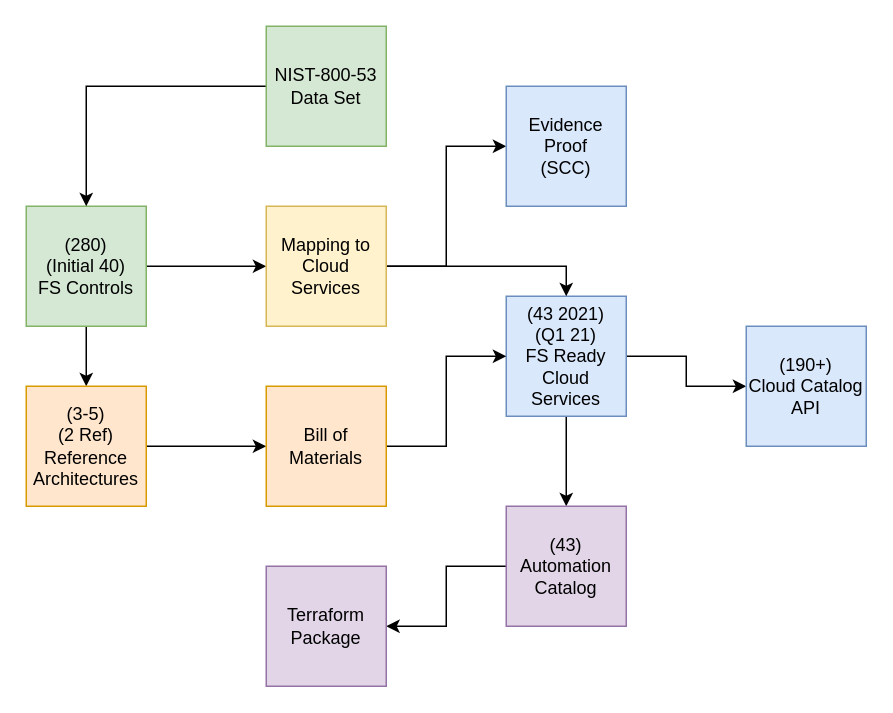
Before: data/data-model.drawio in jay4smile/ascent-bff, a draw.io diagram. Source tidied: cells renumbered, new cells numbered last; positions are measured from the earlier drawing's top-left corner, leaving out a move shared by most shapes. Both pictures are drawn from the tidied source at 150%, with x=0, y=0 at pixel (26, 26).
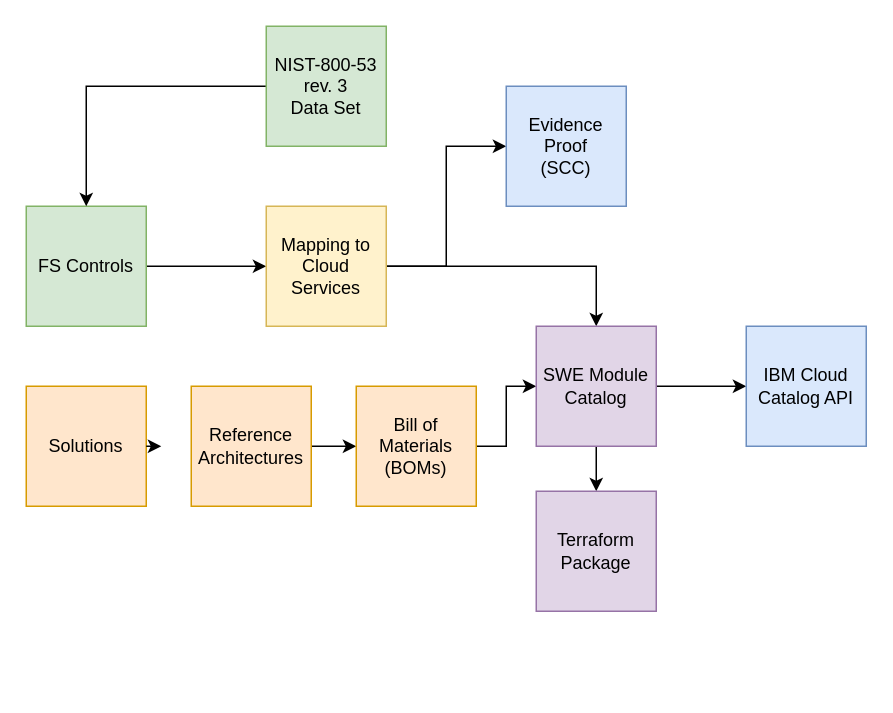
After the change.

Commit message (it also covers changes not shown here):
Bumped to iascable v2.9.4 & Model update

Unchanged cells that the change refers to:
```xml
<mxCell id="10" value="Mapping to Cloud Services" style="whiteSpace=wrap;html=1;fillColor=#fff2cc;strokeColor=#d6b656;" parent="1" vertex="1">
  <mxGeometry x="160" y="120" width="80" height="80" as="geometry" />
</mxCell>
```

What changed in the source:
```diff
@@
-    <mxCell id="2" style="edgeStyle=orthogonalEdgeStyle;rounded=0;jettySize=auto;html=1;entryX=0;entryY=0.5;entryDx=0;entryDy=0;" parent="1" edge="1" source="4" target="15">
+    <mxCell id="2" style="edgeStyle=orthogonalEdgeStyle;rounded=0;jettySize=auto;html=1;entryX=0;entryY=0.5;entryDx=0;entryDy=0;exitX=1;exitY=0.5;exitDx=0;exitDy=0;" parent="1" edge="1" source="17" target="15">
       <mxGeometry relative="1" as="geometry" />
     </mxCell>
-    <mxCell id="3" style="edgeStyle=orthogonalEdgeStyle;rounded=0;jettySize=auto;html=1;entryX=0.5;entryY=0;entryDx=0;entryDy=0;" parent="1" edge="1" source="4" target="17">
-      <mxGeometry relative="1" as="geometry" />
-    </mxCell>
-    <mxCell id="4" value="(43 2021)&lt;br&gt;(Q1 21)&lt;br&gt;FS Ready&lt;br&gt;Cloud Services" style="whiteSpace=wrap;html=1;fillColor=#dae8fc;strokeColor=#6c8ebf;" parent="1" vertex="1">
-      <mxGeometry x="320" y="180" width="80" height="80" as="geometry" />
-    </mxCell>
@@
-    <mxCell id="6" style="edgeStyle=orthogonalEdgeStyle;rounded=0;jettySize=auto;html=1;" parent="1" edge="1" source="7" target="12">
-      <mxGeometry relative="1" as="geometry" />
-    </mxCell>
-    <mxCell id="7" value="(280)&lt;br&gt;(Initial 40)&lt;br&gt;FS Controls" style="whiteSpace=wrap;html=1;fillColor=#d5e8d4;strokeColor=#82b366;" parent="1" vertex="1">
+    <mxCell id="7" value="FS Controls" style="whiteSpace=wrap;html=1;fillColor=#d5e8d4;strokeColor=#82b366;" parent="1" vertex="1">
       <mxGeometry y="120" width="80" height="80" as="geometry" />
     </mxCell>
-    <mxCell id="8" style="edgeStyle=orthogonalEdgeStyle;rounded=0;jettySize=auto;html=1;entryX=0.5;entryY=0;entryDx=0;entryDy=0;" parent="1" edge="1" source="10" target="4">
+    <mxCell id="8" style="edgeStyle=orthogonalEdgeStyle;rounded=0;jettySize=auto;html=1;entryX=0.5;entryY=0;entryDx=0;entryDy=0;" parent="1" edge="1" source="10" target="17">
       <mxGeometry relative="1" as="geometry" />
     </mxCell>
@@
-    <mxCell id="12" value="(3-5)&lt;br&gt;(2 Ref)&lt;br&gt;Reference&lt;br&gt;Architectures" style="whiteSpace=wrap;html=1;fillColor=#ffe6cc;strokeColor=#d79b00;" parent="1" vertex="1">
-      <mxGeometry y="240" width="80" height="80" as="geometry" />
+    <mxCell id="12" value="Reference&lt;br&gt;Architectures" style="whiteSpace=wrap;html=1;fillColor=#ffe6cc;strokeColor=#d79b00;" parent="1" vertex="1">
+      <mxGeometry x="110" y="240" width="80" height="80" as="geometry" />
     </mxCell>
-    <mxCell id="13" style="edgeStyle=orthogonalEdgeStyle;rounded=0;jettySize=auto;html=1;entryX=0;entryY=0.5;entryDx=0;entryDy=0;" parent="1" edge="1" source="14" target="4">
+    <mxCell id="13" style="edgeStyle=orthogonalEdgeStyle;rounded=0;jettySize=auto;html=1;entryX=0;entryY=0.5;entryDx=0;entryDy=0;" parent="1" edge="1" source="14" target="17">
       <mxGeometry relative="1" as="geometry" />
     </mxCell>
-    <mxCell id="14" value="Bill of Materials" style="whiteSpace=wrap;html=1;fillColor=#ffe6cc;strokeColor=#d79b00;" parent="1" vertex="1">
-      <mxGeometry x="160" y="240" width="80" height="80" as="geometry" />
+    <mxCell id="14" value="Bill of Materials (BOMs)" style="whiteSpace=wrap;html=1;fillColor=#ffe6cc;strokeColor=#d79b00;" parent="1" vertex="1">
+      <mxGeometry x="220" y="240" width="80" height="80" as="geometry" />
     </mxCell>
-    <mxCell id="15" value="(190+)&lt;br&gt;Cloud Catalog API" style="whiteSpace=wrap;html=1;fillColor=#dae8fc;strokeColor=#6c8ebf;" parent="1" vertex="1">
+    <mxCell id="15" value="IBM Cloud Catalog API" style="whiteSpace=wrap;html=1;fillColor=#dae8fc;strokeColor=#6c8ebf;" parent="1" vertex="1">
       <mxGeometry x="480" y="200" width="80" height="80" as="geometry" />
     </mxCell>
-    <mxCell id="16" style="edgeStyle=orthogonalEdgeStyle;rounded=0;jettySize=auto;html=1;" parent="1" edge="1" source="17" target="18">
+    <mxCell id="16" style="edgeStyle=orthogonalEdgeStyle;rounded=0;jettySize=auto;html=1;exitX=0.5;exitY=1;exitDx=0;exitDy=0;" parent="1" edge="1" source="17" target="18">
       <mxGeometry relative="1" as="geometry" />
     </mxCell>
-    <mxCell id="17" value="(43)&lt;br&gt;Automation&lt;br&gt;Catalog" style="whiteSpace=wrap;html=1;fillColor=#e1d5e7;strokeColor=#9673a6;" parent="1" vertex="1">
-      <mxGeometry x="320" y="320" width="80" height="80" as="geometry" />
+    <mxCell id="17" value="SWE Module&lt;br&gt;Catalog" style="whiteSpace=wrap;html=1;fillColor=#e1d5e7;strokeColor=#9673a6;" parent="1" vertex="1">
+      <mxGeometry x="340" y="200" width="80" height="80" as="geometry" />
     </mxCell>
     <mxCell id="18" value="Terraform&lt;br&gt;Package" style="whiteSpace=wrap;html=1;fillColor=#e1d5e7;strokeColor=#9673a6;" parent="1" vertex="1">
-      <mxGeometry x="160" y="360" width="80" height="80" as="geometry" />
+      <mxGeometry x="340" y="310" width="80" height="80" as="geometry" />
     </mxCell>
@@
-    <mxCell id="21" value="NIST-800-53&lt;br&gt;Data Set" style="whiteSpace=wrap;html=1;fillColor=#d5e8d4;strokeColor=#82b366;" parent="1" vertex="1">
+    <mxCell id="21" value="NIST-800-53 rev. 3&lt;br&gt;Data Set" style="whiteSpace=wrap;html=1;fillColor=#d5e8d4;strokeColor=#82b366;" parent="1" vertex="1">
       <mxGeometry x="160" width="80" height="80" as="geometry" />
     </mxCell>
+    <mxCell id="22" value="Solutions" style="whiteSpace=wrap;html=1;fillColor=#ffe6cc;strokeColor=#d79b00;" parent="1" vertex="1">
+      <mxGeometry y="240" width="80" height="80" as="geometry" />
+    </mxCell>
+    <mxCell id="23" style="edgeStyle=orthogonalEdgeStyle;rounded=0;jettySize=auto;html=1;exitX=1;exitY=0.5;exitDx=0;exitDy=0;" parent="1" edge="1" source="22">
+      <mxGeometry relative="1" as="geometry">
+        <mxPoint x="90" y="280" as="targetPoint" />
+      </mxGeometry>
+    </mxCell>
```
